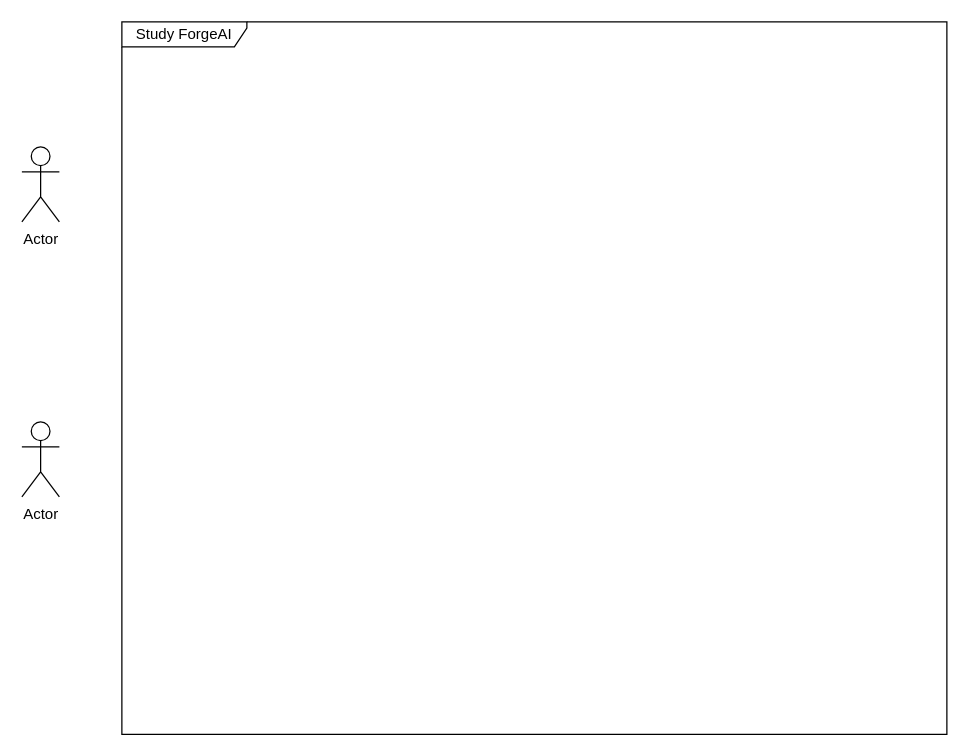
abobymotaki/uncharted keeps this draw.io diagram as 5201-useCase.drawio. Above is the earlier version. Source tidied: cells renumbered, new cells numbered last; positions are measured from the earlier drawing's top-left corner, leaving out a move shared by most shapes. Both pictures are drawn from the tidied source at 125%, with x=0, y=0 at pixel (21, 21).
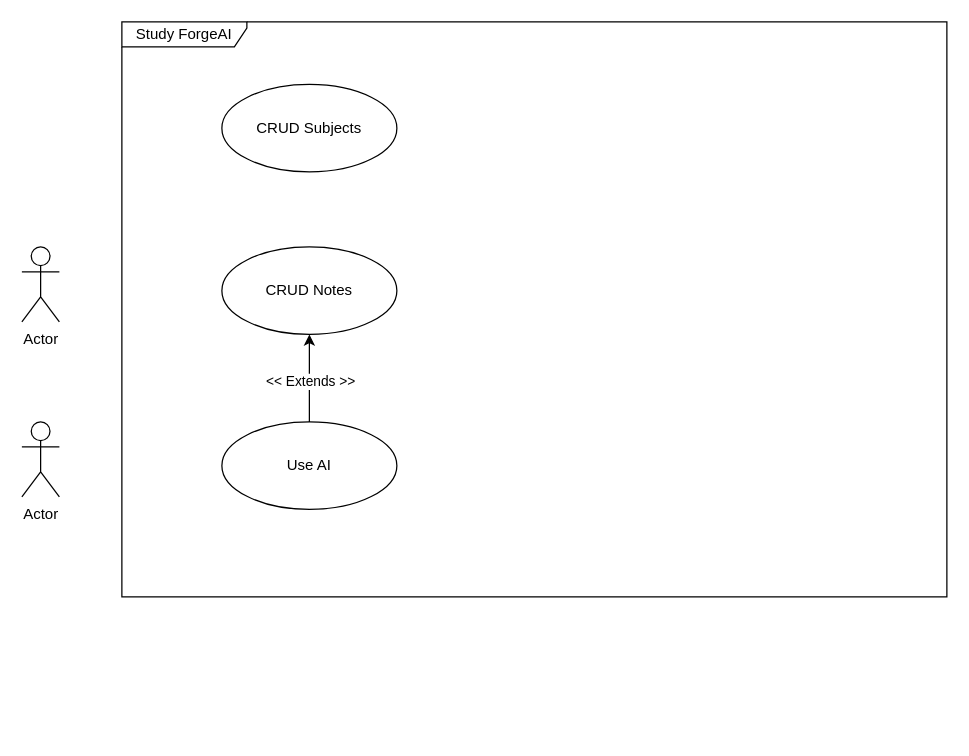
Above is the later version.

Change to the diagram source:
```diff
@@
 <mxGraphModel>
   <root>
     <mxCell id="0" />
     <mxCell id="1" parent="0" />
     <mxCell id="2" value="Actor" style="shape=umlActor;verticalLabelPosition=bottom;verticalAlign=top;html=1;" parent="1" vertex="1">
-      <mxGeometry y="100" width="30" height="60" as="geometry" />
+      <mxGeometry y="180" width="30" height="60" as="geometry" />
     </mxCell>
     <mxCell id="3" value="Actor" style="shape=umlActor;verticalLabelPosition=bottom;verticalAlign=top;html=1;" parent="1" vertex="1">
       <mxGeometry y="320" width="30" height="60" as="geometry" />
     </mxCell>
     <mxCell id="4" value="Study ForgeAI" style="shape=umlFrame;whiteSpace=wrap;html=1;width=100;height=20;" parent="1" vertex="1">
-      <mxGeometry x="80" width="660" height="570" as="geometry" />
+      <mxGeometry x="80" width="660" height="460" as="geometry" />
     </mxCell>
+    <mxCell id="5" value="CRUD Subjects" style="ellipse;whiteSpace=wrap;html=1;" parent="1" vertex="1">
+      <mxGeometry x="160" y="50" width="140" height="70" as="geometry" />
+    </mxCell>
+    <mxCell id="6" value="CRUD Notes" style="ellipse;whiteSpace=wrap;html=1;" parent="1" vertex="1">
+      <mxGeometry x="160" y="180" width="140" height="70" as="geometry" />
+    </mxCell>
+    <mxCell id="7" style="edgeStyle=orthogonalEdgeStyle;rounded=0;jettySize=auto;html=1;entryX=0.5;entryY=1;entryDx=0;entryDy=0;" parent="1" edge="1" source="9" target="6">
+      <mxGeometry relative="1" as="geometry" />
+    </mxCell>
+    <mxCell id="8" value="&amp;lt;&amp;lt; Extends &amp;gt;&amp;gt;" style="edgeLabel;html=1;align=center;verticalAlign=middle;" parent="7" vertex="1">
+      <mxGeometry x="-0.05" y="-1" relative="1" as="geometry">
+        <mxPoint x="-1" as="offset" />
+      </mxGeometry>
+    </mxCell>
+    <mxCell id="9" value="Use AI" style="ellipse;whiteSpace=wrap;html=1;" parent="1" vertex="1">
+      <mxGeometry x="160" y="320" width="140" height="70" as="geometry" />
+    </mxCell>
   </root>
 </mxGraphModel>
```
